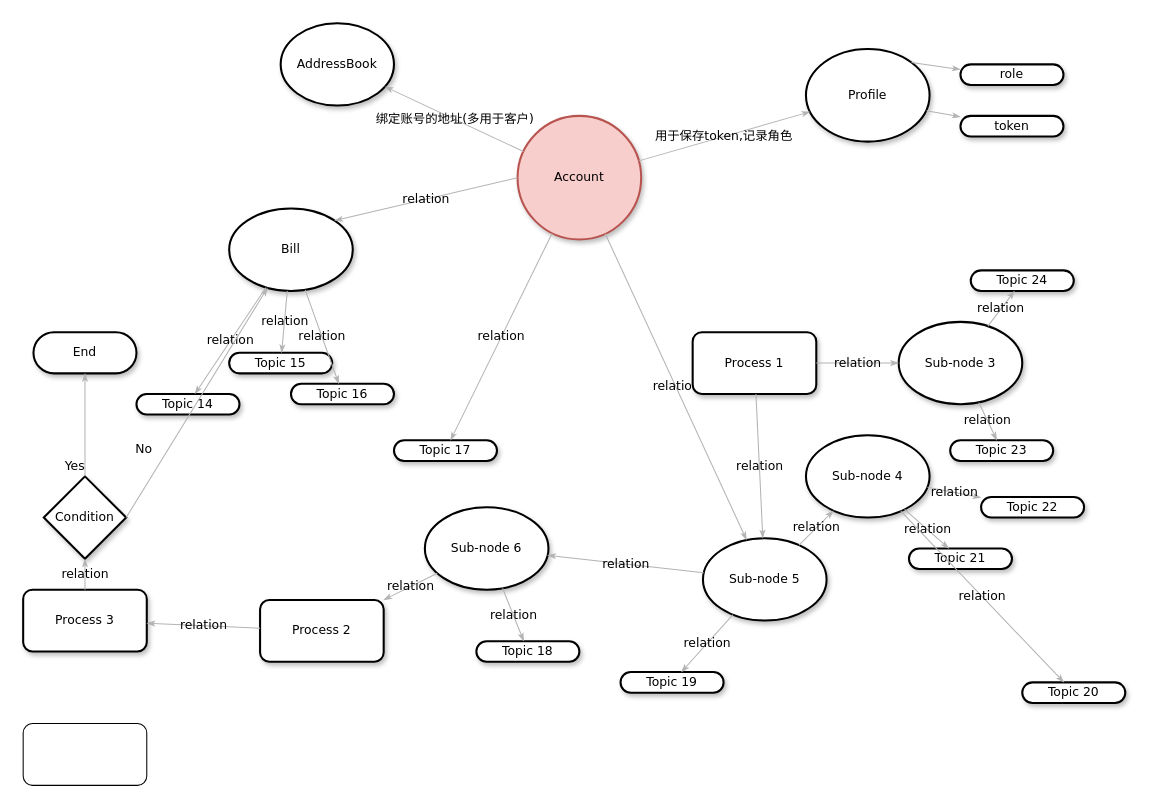
This is chain_api_model_relationship.drawio from Yekai2233/ctrip, a draw.io file, before an edit. Source tidied: cells renumbered, new cells numbered last; positions are measured from the earlier drawing's top-left corner, leaving out a move shared by most shapes. Both pictures are drawn from the tidied source at 103%, with x=0, y=0 at pixel (23, 23).
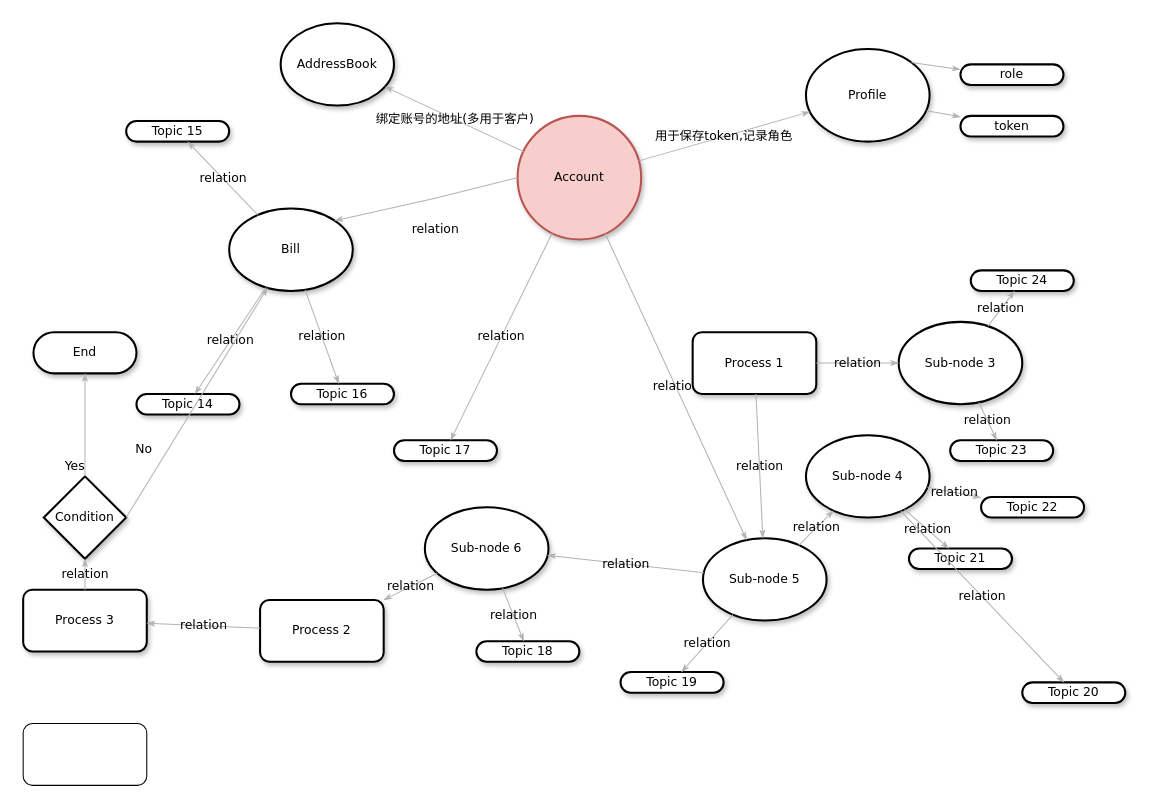
Above is the later version.

The change refers to these unchanged cells:
```xml
<mxCell id="4" value="Account" style="ellipse;whiteSpace=wrap;html=1;rounded=1;shadow=1;comic=0;labelBackgroundColor=none;strokeColor=#b85450;strokeWidth=2;fillColor=#f8cecc;fontFamily=Verdana;fontSize=12;align=center;" parent="1" vertex="1">
  <mxGeometry x="480" y="90" width="120" height="120" as="geometry" />
</mxCell>
<mxCell id="40" value="&lt;span&gt;Bill&lt;/span&gt;" style="ellipse;whiteSpace=wrap;html=1;rounded=1;shadow=1;comic=0;labelBackgroundColor=none;strokeColor=#000000;strokeWidth=2;fillColor=#FFFFFF;fontFamily=Verdana;fontSize=12;fontColor=#000000;align=center;" parent="1" vertex="1">
  <mxGeometry x="200" y="180" width="120" height="80" as="geometry" />
</mxCell>
```

What changed in the source:
```diff
@@
     <mxCell id="42" value="&lt;span&gt;Topic 15&lt;/span&gt;" style="whiteSpace=wrap;html=1;rounded=1;shadow=1;comic=0;labelBackgroundColor=none;strokeColor=#000000;strokeWidth=2;fillColor=#FFFFFF;fontFamily=Verdana;fontSize=12;fontColor=#000000;align=center;arcSize=50;" parent="1" vertex="1">
-      <mxGeometry x="200" y="320" width="100" height="20" as="geometry" />
+      <mxGeometry x="100" y="95" width="100" height="20" as="geometry" />
     </mxCell>
@@
-    <mxCell id="54" value="relation" style="edgeStyle=none;rounded=1;html=1;labelBackgroundColor=none;startArrow=none;startFill=0;startSize=5;endArrow=classicThin;endFill=1;endSize=5;jettySize=auto;strokeColor=#B3B3B3;strokeWidth=1;fontFamily=Verdana;fontSize=12;fontColor=#000000;entryX=1;entryY=0;entryDx=0;entryDy=0;exitX=0;exitY=0.5;exitDx=0;exitDy=0;" parent="1" edge="1" source="4" target="40">
-      <mxGeometry relative="1" as="geometry" />
+    <mxCell id="54" value="relation" style="edgeStyle=none;rounded=1;html=1;labelBackgroundColor=none;startArrow=none;startFill=0;startSize=5;endArrow=classicThin;endFill=1;endSize=5;jettySize=auto;strokeColor=#B3B3B3;strokeWidth=1;fontFamily=Verdana;fontSize=12;fontColor=#000000;entryX=1;entryY=0;entryDx=0;entryDy=0;exitX=0;exitY=0.5;exitDx=0;exitDy=0;align=center;horizontal=1;" parent="1" edge="1" source="4" target="40">
+      <mxGeometry x="-0.1" y="30" relative="1" as="geometry">
+        <Array as="points">
+          <mxPoint x="400" y="170" />
+        </Array>
+        <mxPoint x="-7" y="1" as="offset" />
+      </mxGeometry>
     </mxCell>
```
